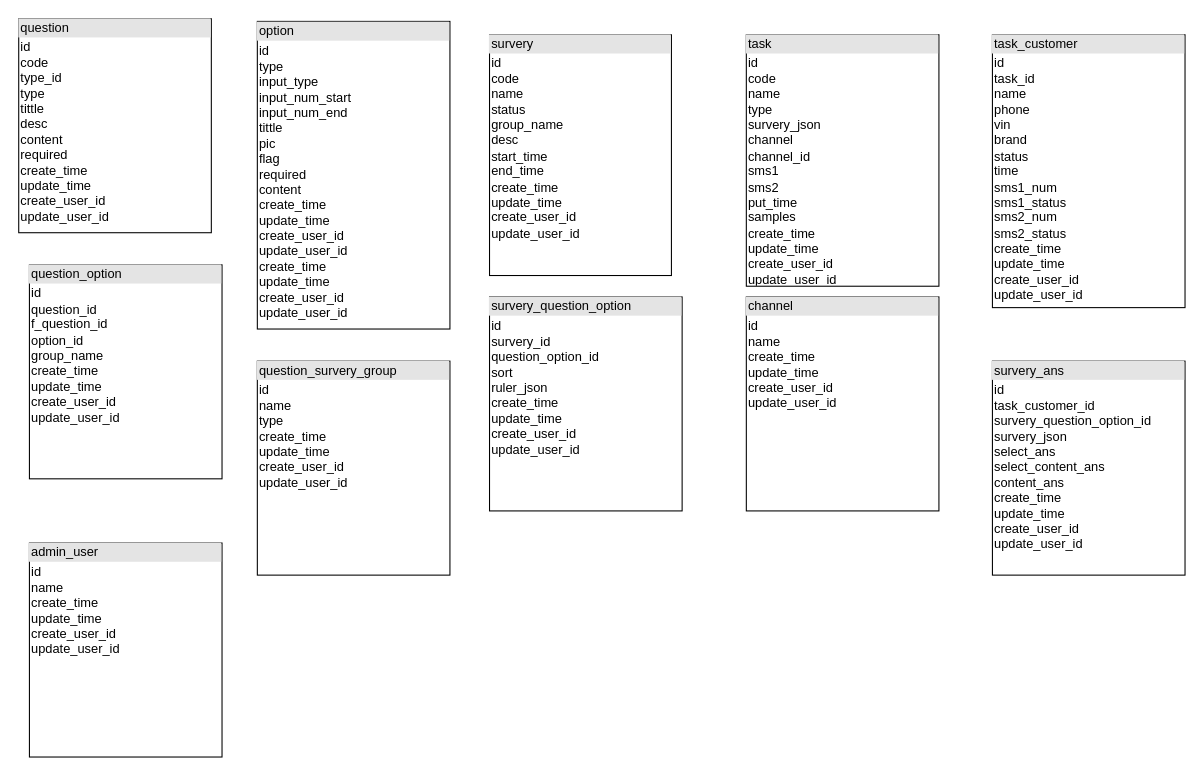
This is 质保问卷系统数据库设计.drawio from catcallxw/uml, a draw.io file, before an edit. Source tidied: cells renumbered, new cells numbered last; positions are measured from the earlier drawing's top-left corner, leaving out a move shared by most shapes. Both pictures are drawn from the tidied source at 107%, with x=0, y=0 at pixel (18, 18).
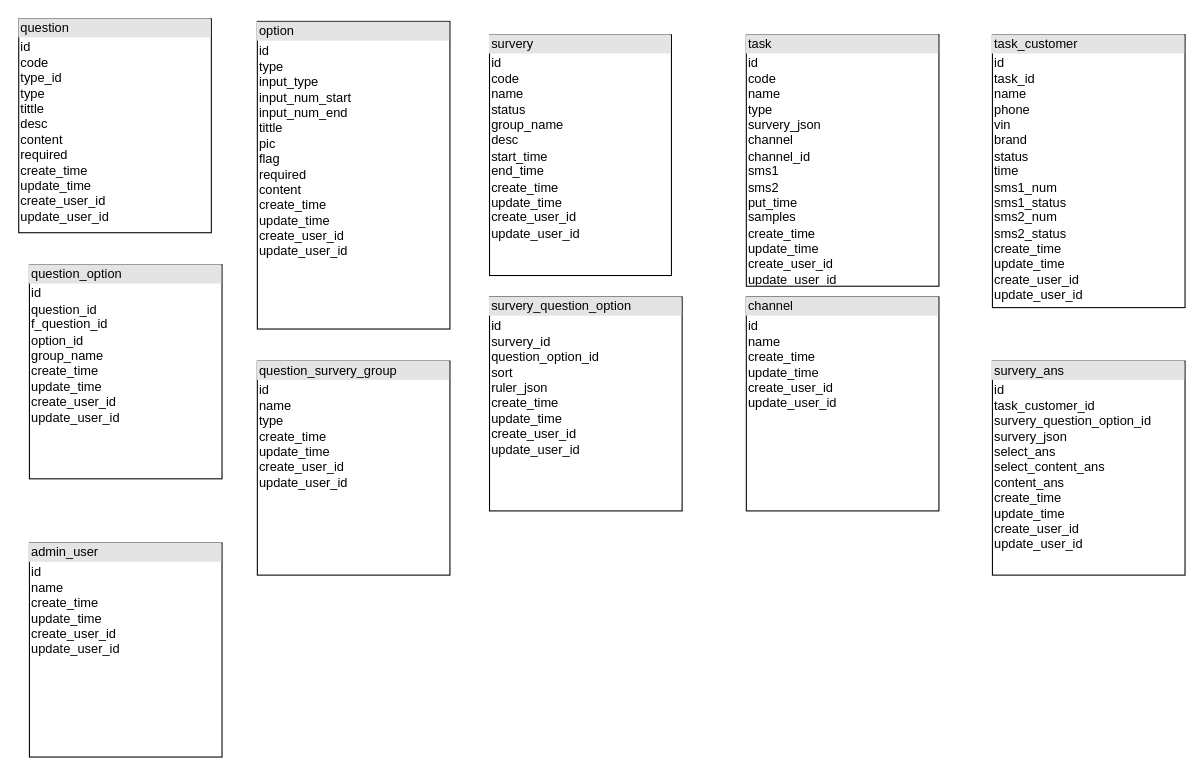
After the change.

Commit message:
Update 质保问卷系统数据库设计.drawio

Change to the diagram source:
```diff
@@
 <mxGraphModel>
   <root>
     <mxCell id="0" />
     <mxCell id="1" parent="0" />
     <mxCell id="2" value="&lt;div style=&quot;box-sizing: border-box ; width: 100% ; background: #e4e4e4 ; padding: 2px&quot;&gt;question&lt;/div&gt;&lt;table style=&quot;width: 100% ; font-size: 1em&quot; cellpadding=&quot;2&quot; cellspacing=&quot;0&quot;&gt;&lt;tbody&gt;&lt;tr&gt;&lt;td&gt;id&lt;br&gt;code&lt;br&gt;type_id&lt;br&gt;type&lt;br&gt;tittle&lt;br&gt;desc&lt;br&gt;content&lt;br&gt;required&lt;br&gt;create_time&lt;br&gt;update_time&lt;br&gt;create_user_id&lt;br&gt;update_user_id&lt;br&gt;&lt;table cellpadding=&quot;2&quot; cellspacing=&quot;0&quot; style=&quot;font-size: 1em ; width: 180px&quot;&gt;&lt;tbody&gt;&lt;tr&gt;&lt;td&gt;&lt;br&gt;&lt;/td&gt;&lt;td&gt;&lt;br&gt;&lt;/td&gt;&lt;td&gt;&lt;br&gt;&lt;/td&gt;&lt;/tr&gt;&lt;/tbody&gt;&lt;/table&gt;&lt;/td&gt;&lt;td&gt;&lt;br&gt;&lt;/td&gt;&lt;/tr&gt;&lt;tr&gt;&lt;td&gt;&lt;br&gt;&lt;/td&gt;&lt;td&gt;&lt;br&gt;&lt;/td&gt;&lt;/tr&gt;&lt;/tbody&gt;&lt;/table&gt;" style="verticalAlign=top;align=left;overflow=fill;html=1;" parent="1" vertex="1">
       <mxGeometry width="180" height="200" as="geometry" />
     </mxCell>
-    <mxCell id="3" value="&lt;div style=&quot;box-sizing: border-box ; width: 100% ; background: #e4e4e4 ; padding: 2px&quot;&gt;option&lt;/div&gt;&lt;table style=&quot;width: 100% ; font-size: 1em&quot; cellpadding=&quot;2&quot; cellspacing=&quot;0&quot;&gt;&lt;tbody&gt;&lt;tr&gt;&lt;td&gt;id&lt;br&gt;type&lt;br&gt;input_type&lt;br&gt;input_num_start&lt;br&gt;input_num_end&lt;br&gt;tittle&lt;br&gt;pic&lt;br&gt;flag&lt;br&gt;required&lt;br&gt;content&lt;br&gt;create_time&lt;br&gt;update_time&lt;br&gt;create_user_id&lt;br&gt;update_user_id&lt;br&gt;create_time&lt;br&gt;update_time&lt;br&gt;create_user_id&lt;br&gt;update_user_id&lt;br&gt;&lt;br&gt;&lt;br&gt;&lt;/td&gt;&lt;td&gt;&lt;br&gt;&lt;/td&gt;&lt;/tr&gt;&lt;tr&gt;&lt;td&gt;&lt;br&gt;&lt;/td&gt;&lt;td&gt;&lt;br&gt;&lt;/td&gt;&lt;/tr&gt;&lt;/tbody&gt;&lt;/table&gt;" style="verticalAlign=top;align=left;overflow=fill;html=1;" parent="1" vertex="1">
+    <mxCell id="3" value="&lt;div style=&quot;box-sizing: border-box ; width: 100% ; background: #e4e4e4 ; padding: 2px&quot;&gt;option&lt;/div&gt;&lt;table style=&quot;width: 100% ; font-size: 1em&quot; cellpadding=&quot;2&quot; cellspacing=&quot;0&quot;&gt;&lt;tbody&gt;&lt;tr&gt;&lt;td&gt;id&lt;br&gt;type&lt;br&gt;input_type&lt;br&gt;input_num_start&lt;br&gt;input_num_end&lt;br&gt;tittle&lt;br&gt;pic&lt;br&gt;flag&lt;br&gt;required&lt;br&gt;content&lt;br&gt;create_time&lt;br&gt;update_time&lt;br&gt;create_user_id&lt;br&gt;update_user_id&lt;br&gt;&lt;br&gt;&lt;br&gt;&lt;/td&gt;&lt;td&gt;&lt;br&gt;&lt;/td&gt;&lt;/tr&gt;&lt;tr&gt;&lt;td&gt;&lt;br&gt;&lt;/td&gt;&lt;td&gt;&lt;br&gt;&lt;/td&gt;&lt;/tr&gt;&lt;/tbody&gt;&lt;/table&gt;" style="verticalAlign=top;align=left;overflow=fill;html=1;" parent="1" vertex="1">
       <mxGeometry x="223" y="2.5" width="180" height="287.5" as="geometry" />
     </mxCell>
     <mxCell id="4" value="&lt;div style=&quot;box-sizing: border-box ; width: 100% ; background: #e4e4e4 ; padding: 2px&quot;&gt;survery&lt;/div&gt;&lt;table style=&quot;width: 100% ; font-size: 1em&quot; cellpadding=&quot;2&quot; cellspacing=&quot;0&quot;&gt;&lt;tbody&gt;&lt;tr&gt;&lt;td&gt;id&lt;br&gt;&lt;span&gt;&lt;/span&gt;code&lt;br&gt;name&lt;br&gt;status&lt;br&gt;group_name&lt;br&gt;desc&lt;br&gt;start_time&lt;br&gt;end_time&lt;br&gt;create_time&lt;br&gt;update_time&lt;br&gt;create_user_id&lt;br&gt;update_user_id&lt;br&gt;&lt;span&gt;&lt;/span&gt;&lt;/td&gt;&lt;td&gt;&lt;br&gt;&lt;/td&gt;&lt;/tr&gt;&lt;tr&gt;&lt;td&gt;&lt;br&gt;&lt;/td&gt;&lt;td&gt;&lt;br&gt;&lt;/td&gt;&lt;/tr&gt;&lt;/tbody&gt;&lt;/table&gt;" style="verticalAlign=top;align=left;overflow=fill;html=1;" parent="1" vertex="1">
       <mxGeometry x="440" y="15" width="170" height="225" as="geometry" />
     </mxCell>
     <mxCell id="5" value="&lt;div style=&quot;box-sizing: border-box ; width: 100% ; background: #e4e4e4 ; padding: 2px&quot;&gt;survery_question_option&lt;/div&gt;&lt;table style=&quot;width: 100% ; font-size: 1em&quot; cellpadding=&quot;2&quot; cellspacing=&quot;0&quot;&gt;&lt;tbody&gt;&lt;tr&gt;&lt;td&gt;id&lt;span&gt; &lt;/span&gt;&lt;br&gt;survery_id&lt;br&gt;question_option_id&lt;br&gt;sort&lt;br&gt;ruler_json&lt;br&gt;create_time&lt;br&gt;update_time&lt;br&gt;create_user_id&lt;br&gt;update_user_id&lt;span&gt;&lt;/span&gt;&lt;/td&gt;&lt;td&gt;&lt;br&gt;&lt;/td&gt;&lt;/tr&gt;&lt;tr&gt;&lt;td&gt;&lt;br&gt;&lt;/td&gt;&lt;td&gt;&lt;br&gt;&lt;/td&gt;&lt;/tr&gt;&lt;/tbody&gt;&lt;/table&gt;" style="verticalAlign=top;align=left;overflow=fill;html=1;" parent="1" vertex="1">
       <mxGeometry x="440" y="260" width="180" height="200" as="geometry" />
     </mxCell>
     <mxCell id="6" value="&lt;div style=&quot;box-sizing: border-box ; width: 100% ; background: #e4e4e4 ; padding: 2px&quot;&gt;question_option&lt;/div&gt;&lt;table style=&quot;width: 100% ; font-size: 1em&quot; cellpadding=&quot;2&quot; cellspacing=&quot;0&quot;&gt;&lt;tbody&gt;&lt;tr&gt;&lt;td&gt;id&lt;span&gt; &lt;/span&gt;&lt;br&gt;question_id&lt;br&gt;f_question_id&lt;br&gt;option_id&lt;br&gt;group_name&lt;br&gt;create_time&lt;br&gt;update_time&lt;br&gt;create_user_id&lt;br&gt;update_user_id&lt;span&gt;&lt;/span&gt;&lt;/td&gt;&lt;td&gt;&lt;br&gt;&lt;/td&gt;&lt;/tr&gt;&lt;tr&gt;&lt;td&gt;&lt;br&gt;&lt;/td&gt;&lt;td&gt;&lt;br&gt;&lt;/td&gt;&lt;/tr&gt;&lt;/tbody&gt;&lt;/table&gt;" style="verticalAlign=top;align=left;overflow=fill;html=1;" parent="1" vertex="1">
       <mxGeometry x="10" y="230" width="180" height="200" as="geometry" />
     </mxCell>
     <mxCell id="7" value="&lt;div style=&quot;box-sizing: border-box ; width: 100% ; background: #e4e4e4 ; padding: 2px&quot;&gt;survery_ans&lt;/div&gt;&lt;table style=&quot;width: 100% ; font-size: 1em&quot; cellpadding=&quot;2&quot; cellspacing=&quot;0&quot;&gt;&lt;tbody&gt;&lt;tr&gt;&lt;td&gt;id&lt;span&gt; &lt;/span&gt;&lt;br&gt;task_customer_id&lt;br&gt;survery_question_option_id&lt;br&gt;survery_json&lt;br&gt;select_ans&lt;br&gt;select_content_ans&lt;br&gt;content_ans&lt;br&gt;create_time&lt;br&gt;update_time&lt;br&gt;create_user_id&lt;br&gt;update_user_id&lt;span&gt;&lt;/span&gt;&lt;/td&gt;&lt;td&gt;&lt;br&gt;&lt;/td&gt;&lt;/tr&gt;&lt;tr&gt;&lt;td&gt;&lt;br&gt;&lt;/td&gt;&lt;td&gt;&lt;br&gt;&lt;/td&gt;&lt;/tr&gt;&lt;/tbody&gt;&lt;/table&gt;" style="verticalAlign=top;align=left;overflow=fill;html=1;" parent="1" vertex="1">
       <mxGeometry x="910" y="320" width="180" height="200" as="geometry" />
     </mxCell>
     <mxCell id="8" value="&lt;div style=&quot;box-sizing: border-box ; width: 100% ; background: #e4e4e4 ; padding: 2px&quot;&gt;admin_user&lt;/div&gt;&lt;table style=&quot;width: 100% ; font-size: 1em&quot; cellpadding=&quot;2&quot; cellspacing=&quot;0&quot;&gt;&lt;tbody&gt;&lt;tr&gt;&lt;td&gt;id&lt;span&gt; &lt;/span&gt;&lt;br&gt;name&lt;br&gt;create_time&lt;br&gt;update_time&lt;br&gt;create_user_id&lt;br&gt;update_user_id&lt;span&gt;&lt;/span&gt;&lt;/td&gt;&lt;td&gt;&lt;br&gt;&lt;/td&gt;&lt;/tr&gt;&lt;tr&gt;&lt;td&gt;&lt;br&gt;&lt;/td&gt;&lt;td&gt;&lt;br&gt;&lt;/td&gt;&lt;/tr&gt;&lt;/tbody&gt;&lt;/table&gt;" style="verticalAlign=top;align=left;overflow=fill;html=1;" parent="1" vertex="1">
       <mxGeometry x="10" y="490" width="180" height="200" as="geometry" />
     </mxCell>
     <mxCell id="9" value="&lt;div style=&quot;box-sizing: border-box ; width: 100% ; background: #e4e4e4 ; padding: 2px&quot;&gt;channel&lt;/div&gt;&lt;table style=&quot;width: 100% ; font-size: 1em&quot; cellpadding=&quot;2&quot; cellspacing=&quot;0&quot;&gt;&lt;tbody&gt;&lt;tr&gt;&lt;td&gt;id&lt;span&gt; &lt;/span&gt;&lt;br&gt;name&lt;br&gt;create_time&lt;br&gt;update_time&lt;br&gt;create_user_id&lt;br&gt;update_user_id&lt;span&gt;&lt;/span&gt;&lt;/td&gt;&lt;td&gt;&lt;br&gt;&lt;/td&gt;&lt;/tr&gt;&lt;tr&gt;&lt;td&gt;&lt;br&gt;&lt;/td&gt;&lt;td&gt;&lt;br&gt;&lt;/td&gt;&lt;/tr&gt;&lt;/tbody&gt;&lt;/table&gt;" style="verticalAlign=top;align=left;overflow=fill;html=1;" parent="1" vertex="1">
       <mxGeometry x="680" y="260" width="180" height="200" as="geometry" />
     </mxCell>
     <mxCell id="10" value="&lt;div style=&quot;box-sizing: border-box ; width: 100% ; background: #e4e4e4 ; padding: 2px&quot;&gt;question_survery_group&lt;/div&gt;&lt;table style=&quot;width: 100% ; font-size: 1em&quot; cellpadding=&quot;2&quot; cellspacing=&quot;0&quot;&gt;&lt;tbody&gt;&lt;tr&gt;&lt;td&gt;id&lt;span&gt; &lt;/span&gt;&lt;br&gt;name&lt;br&gt;type&lt;br&gt;create_time&lt;br&gt;update_time&lt;br&gt;create_user_id&lt;br&gt;update_user_id&lt;span&gt;&lt;/span&gt;&lt;/td&gt;&lt;td&gt;&lt;br&gt;&lt;/td&gt;&lt;/tr&gt;&lt;tr&gt;&lt;td&gt;&lt;br&gt;&lt;/td&gt;&lt;td&gt;&lt;br&gt;&lt;/td&gt;&lt;/tr&gt;&lt;/tbody&gt;&lt;/table&gt;" style="verticalAlign=top;align=left;overflow=fill;html=1;" parent="1" vertex="1">
       <mxGeometry x="223" y="320" width="180" height="200" as="geometry" />
     </mxCell>
     <mxCell id="11" value="&lt;div style=&quot;box-sizing: border-box ; width: 100% ; background: #e4e4e4 ; padding: 2px&quot;&gt;task&lt;/div&gt;&lt;table style=&quot;width: 100% ; font-size: 1em&quot; cellpadding=&quot;2&quot; cellspacing=&quot;0&quot;&gt;&lt;tbody&gt;&lt;tr&gt;&lt;td&gt;id&lt;br&gt;code&lt;br&gt;name&lt;br&gt;type&lt;br&gt;survery_json&lt;br&gt;channel&lt;br&gt;channel_id&lt;br&gt;sms1&lt;br&gt;sms2&lt;br&gt;put_time&lt;br&gt;samples&lt;br&gt;create_time&lt;br&gt;update_time&lt;br&gt;create_user_id&lt;br&gt;update_user_id&lt;br&gt;&lt;table cellpadding=&quot;2&quot; cellspacing=&quot;0&quot; style=&quot;font-size: 1em ; width: 180px&quot;&gt;&lt;tbody&gt;&lt;tr&gt;&lt;td&gt;&lt;br&gt;&lt;/td&gt;&lt;td&gt;&lt;br&gt;&lt;/td&gt;&lt;td&gt;&lt;br&gt;&lt;/td&gt;&lt;/tr&gt;&lt;/tbody&gt;&lt;/table&gt;&lt;/td&gt;&lt;td&gt;&lt;br&gt;&lt;/td&gt;&lt;/tr&gt;&lt;tr&gt;&lt;td&gt;&lt;br&gt;&lt;/td&gt;&lt;td&gt;&lt;br&gt;&lt;/td&gt;&lt;/tr&gt;&lt;/tbody&gt;&lt;/table&gt;" style="verticalAlign=top;align=left;overflow=fill;html=1;" parent="1" vertex="1">
       <mxGeometry x="680" y="15" width="180" height="235" as="geometry" />
     </mxCell>
     <mxCell id="12" value="&lt;div style=&quot;box-sizing: border-box ; width: 100% ; background: #e4e4e4 ; padding: 2px&quot;&gt;task_customer&lt;/div&gt;&lt;table style=&quot;width: 100% ; font-size: 1em&quot; cellpadding=&quot;2&quot; cellspacing=&quot;0&quot;&gt;&lt;tbody&gt;&lt;tr&gt;&lt;td&gt;id&lt;br&gt;task_id&lt;br&gt;name&lt;br&gt;phone&lt;br&gt;vin&lt;br&gt;brand&lt;br&gt;status&lt;br&gt;time&lt;br&gt;sms1_num&lt;br&gt;sms1_status&lt;br&gt;sms2_num&lt;br&gt;sms2_status&lt;br&gt;create_time&lt;br&gt;update_time&lt;br&gt;create_user_id&lt;br&gt;update_user_id&lt;br&gt;&lt;table cellpadding=&quot;2&quot; cellspacing=&quot;0&quot; style=&quot;font-size: 1em ; width: 180px&quot;&gt;&lt;tbody&gt;&lt;tr&gt;&lt;td&gt;&lt;br&gt;&lt;/td&gt;&lt;td&gt;&lt;br&gt;&lt;/td&gt;&lt;td&gt;&lt;br&gt;&lt;/td&gt;&lt;/tr&gt;&lt;/tbody&gt;&lt;/table&gt;&lt;/td&gt;&lt;td&gt;&lt;br&gt;&lt;/td&gt;&lt;/tr&gt;&lt;tr&gt;&lt;td&gt;&lt;br&gt;&lt;/td&gt;&lt;td&gt;&lt;br&gt;&lt;/td&gt;&lt;/tr&gt;&lt;/tbody&gt;&lt;/table&gt;" style="verticalAlign=top;align=left;overflow=fill;html=1;" parent="1" vertex="1">
       <mxGeometry x="910" y="15" width="180" height="255" as="geometry" />
     </mxCell>
   </root>
 </mxGraphModel>
```
